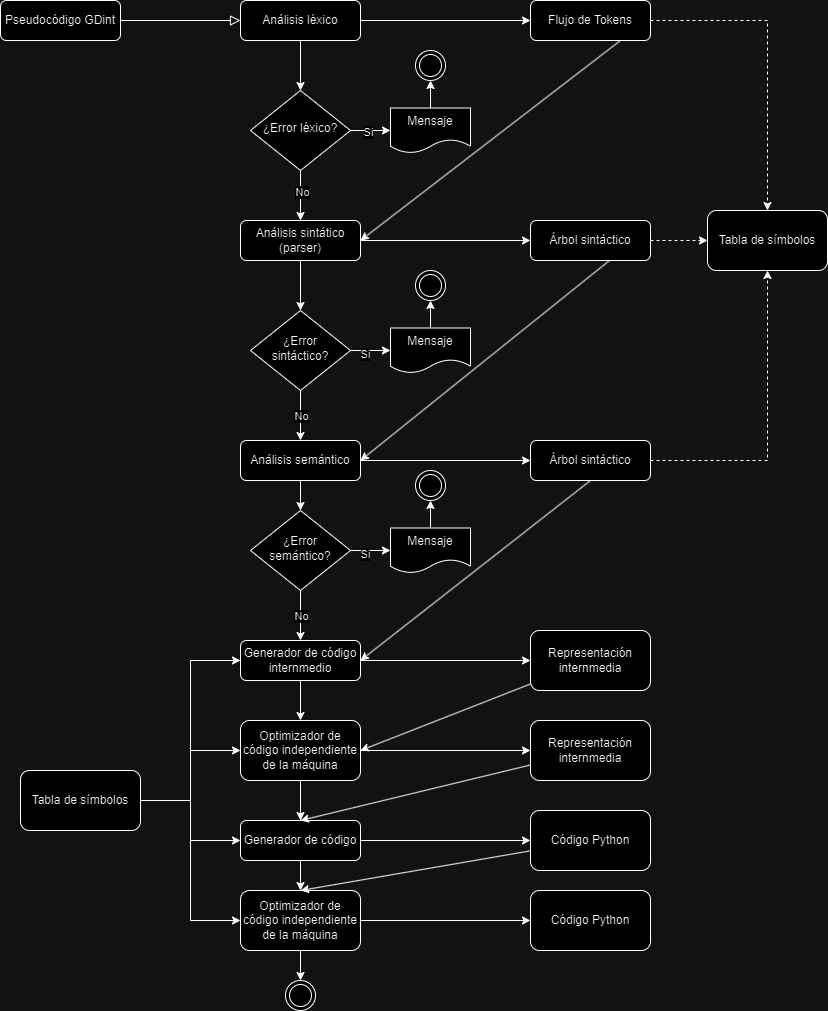
Above: resources/GDint.drawio.png in DahirVJC/GDint (draw.io), before the change. Source tidied: cells renumbered, new cells last; positions are measured from the earlier drawing's top-left corner, leaving out a move shared by most shapes.
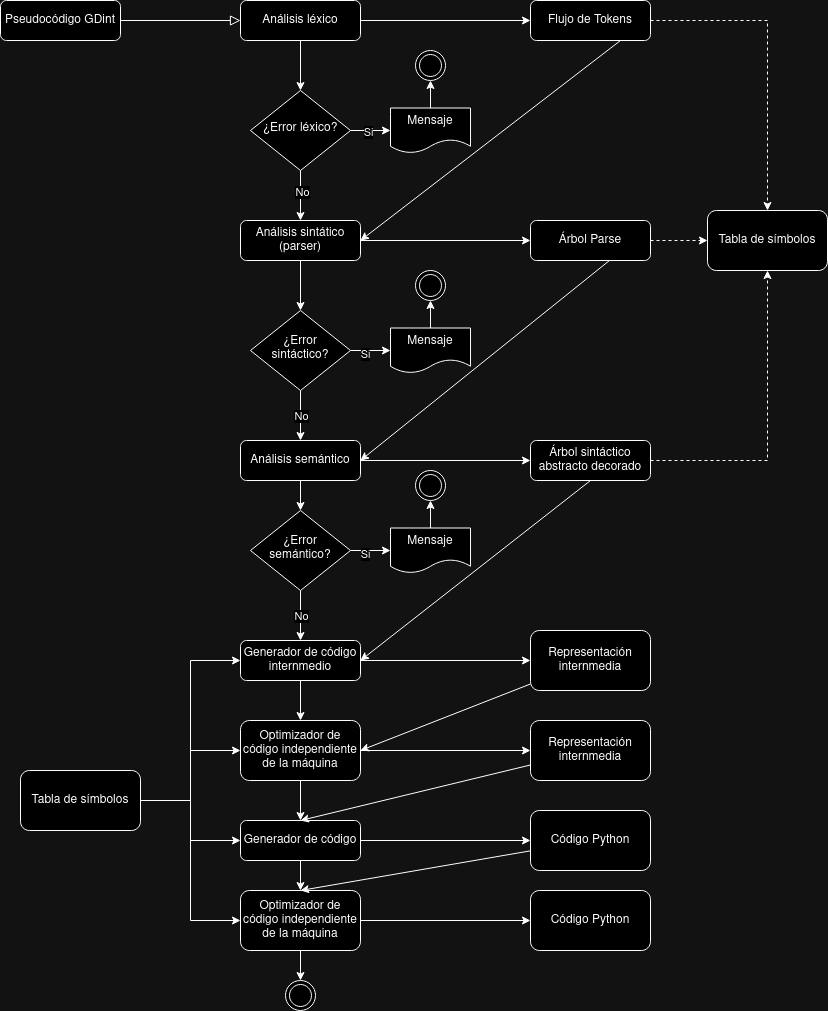
After the commit.

Change to the diagram source:
```diff
@@ -68,7 +68,7 @@
     <mxCell id="23" style="rounded=0;jettySize=auto;html=1;entryX=1;entryY=0.5;entryDx=0;entryDy=0;exitX=0.658;exitY=1;exitDx=0;exitDy=0;exitPerimeter=0;" parent="1" edge="1" source="24" target="35">
       <mxGeometry relative="1" as="geometry" />
     </mxCell>
-    <mxCell id="24" value="Árbol sintáctico" style="rounded=1;whiteSpace=wrap;html=1;fontSize=12;glass=0;strokeWidth=1;shadow=0;" parent="1" vertex="1">
+    <mxCell id="24" value="Árbol Parse" style="rounded=1;whiteSpace=wrap;html=1;fontSize=12;glass=0;strokeWidth=1;shadow=0;" parent="1" vertex="1">
       <mxGeometry x="530" y="220" width="120" height="40" as="geometry" />
     </mxCell>
     <mxCell id="25" style="edgeStyle=orthogonalEdgeStyle;rounded=0;jettySize=auto;html=1;entryX=0;entryY=0.5;entryDx=0;entryDy=0;" parent="1" edge="1" source="29" target="31">
@@ -110,7 +110,7 @@
     <mxCell id="37" style="rounded=0;jettySize=auto;html=1;entryX=1;entryY=0.5;entryDx=0;entryDy=0;exitX=0.5;exitY=1;exitDx=0;exitDy=0;" parent="1" edge="1" source="38" target="49">
       <mxGeometry relative="1" as="geometry" />
     </mxCell>
-    <mxCell id="38" value="Árbol sintáctico" style="rounded=1;whiteSpace=wrap;html=1;fontSize=12;glass=0;strokeWidth=1;shadow=0;" parent="1" vertex="1">
+    <mxCell id="38" value="Árbol sintáctico abstracto decorado" style="rounded=1;whiteSpace=wrap;html=1;fontSize=12;glass=0;strokeWidth=1;shadow=0;" parent="1" vertex="1">
       <mxGeometry x="530" y="440" width="120" height="40" as="geometry" />
     </mxCell>
     <mxCell id="39" style="edgeStyle=orthogonalEdgeStyle;rounded=0;jettySize=auto;html=1;entryX=0;entryY=0.5;entryDx=0;entryDy=0;" parent="1" edge="1" source="43" target="45">
```
